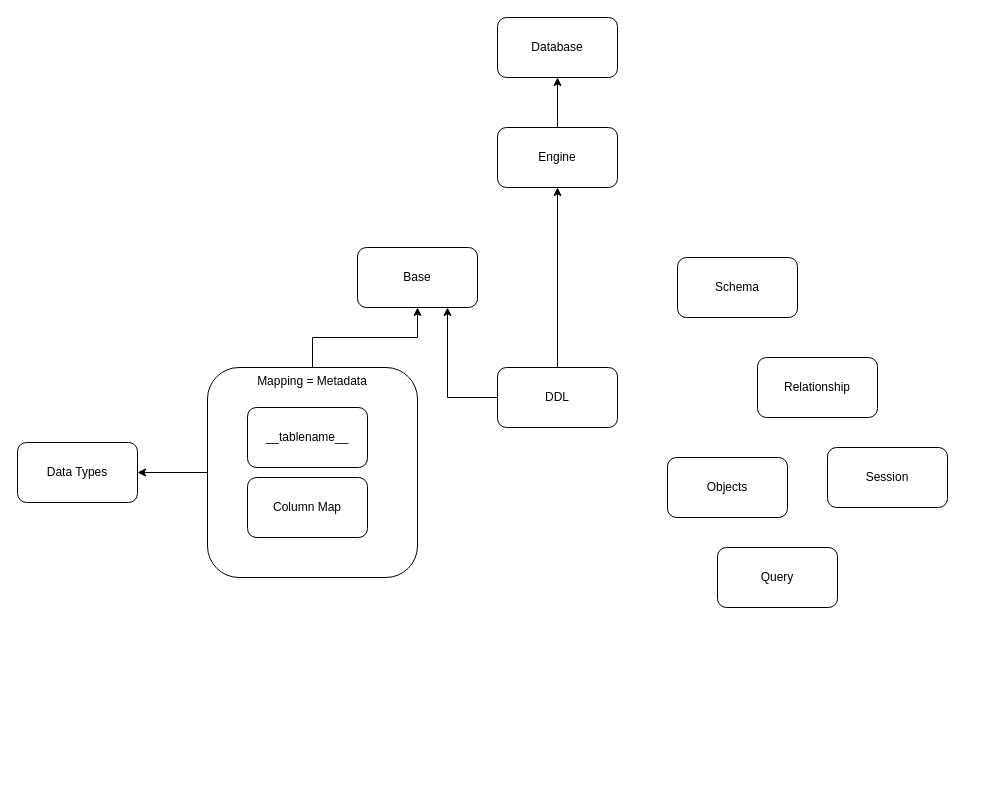
Before: SQLalchemy.drawio in brendonlin/myflowchart, a draw.io diagram. Source tidied: cells renumbered, new cells numbered last; positions are measured from the earlier drawing's top-left corner, leaving out a move shared by most shapes. Both pictures are drawn from the tidied source at 100%, with x=0, y=0 at pixel (17, 17).
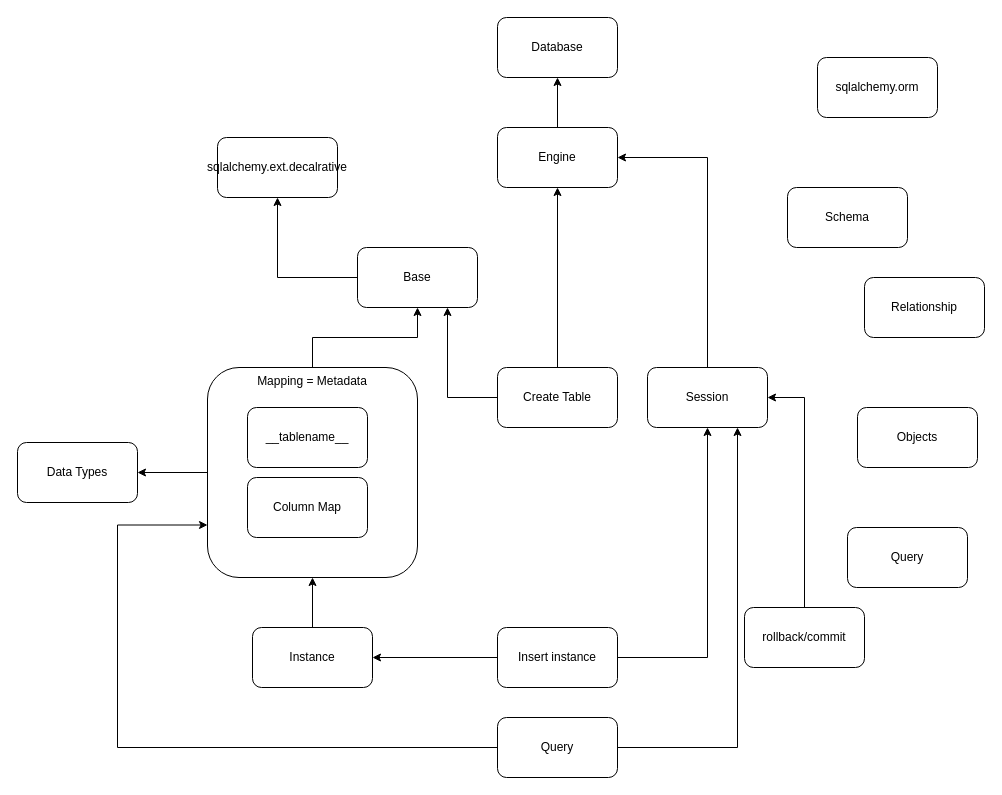
Above is the later version.

The change refers to these unchanged cells:
```xml
<mxCell id="4" value="Mapping = Metadata" style="rounded=1;whiteSpace=wrap;html=1;align=center;verticalAlign=top;" parent="1" vertex="1">
  <mxGeometry x="190" y="350" width="210" height="210" as="geometry" />
</mxCell>
<mxCell id="11" value="Engine" style="rounded=1;whiteSpace=wrap;html=1;" parent="1" vertex="1">
  <mxGeometry x="480" y="110" width="120" height="60" as="geometry" />
</mxCell>
<mxCell id="16" value="Base" style="rounded=1;whiteSpace=wrap;html=1;align=center;" parent="1" vertex="1">
  <mxGeometry x="340" y="230" width="120" height="60" as="geometry" />
</mxCell>
```

What changed in the source:
```diff
@@
     <mxCell id="5" value="Schema" style="rounded=1;whiteSpace=wrap;html=1;" parent="1" vertex="1">
-      <mxGeometry x="660" y="240" width="120" height="60" as="geometry" />
+      <mxGeometry x="770" y="170" width="120" height="60" as="geometry" />
     </mxCell>
+    <mxCell id="20" style="edgeStyle=orthogonalEdgeStyle;rounded=0;jettySize=auto;html=1;entryX=1;entryY=0.5;entryDx=0;entryDy=0;" parent="1" edge="1" source="6" target="11">
+      <mxGeometry relative="1" as="geometry">
+        <Array as="points">
+          <mxPoint x="690" y="140" />
+        </Array>
+      </mxGeometry>
+    </mxCell>
     <mxCell id="6" value="Session" style="rounded=1;whiteSpace=wrap;html=1;" parent="1" vertex="1">
-      <mxGeometry x="810" y="430" width="120" height="60" as="geometry" />
+      <mxGeometry x="630" y="350" width="120" height="60" as="geometry" />
     </mxCell>
     <mxCell id="7" value="Objects" style="rounded=1;whiteSpace=wrap;html=1;" parent="1" vertex="1">
-      <mxGeometry x="650" y="440" width="120" height="60" as="geometry" />
+      <mxGeometry x="840" y="390" width="120" height="60" as="geometry" />
     </mxCell>
     <mxCell id="8" value="Query" style="rounded=1;whiteSpace=wrap;html=1;" parent="1" vertex="1">
-      <mxGeometry x="700" y="530" width="120" height="60" as="geometry" />
+      <mxGeometry x="830" y="510" width="120" height="60" as="geometry" />
     </mxCell>
     <mxCell id="9" value="Relationship" style="rounded=1;whiteSpace=wrap;html=1;" parent="1" vertex="1">
-      <mxGeometry x="740" y="340" width="120" height="60" as="geometry" />
+      <mxGeometry x="847" y="260" width="120" height="60" as="geometry" />
     </mxCell>
@@
+    <mxCell id="21" style="edgeStyle=orthogonalEdgeStyle;rounded=0;jettySize=auto;html=1;" parent="1" edge="1" source="16" target="25">
+      <mxGeometry relative="1" as="geometry" />
+    </mxCell>
@@
-    <mxCell id="19" value="DDL" style="rounded=1;whiteSpace=wrap;html=1;align=center;" parent="1" vertex="1">
+    <mxCell id="19" value="Create Table" style="rounded=1;whiteSpace=wrap;html=1;align=center;" parent="1" vertex="1">
       <mxGeometry x="480" y="350" width="120" height="60" as="geometry" />
     </mxCell>
+    <mxCell id="22" style="edgeStyle=orthogonalEdgeStyle;rounded=0;jettySize=auto;html=1;" parent="1" edge="1" source="23" target="4">
+      <mxGeometry relative="1" as="geometry" />
+    </mxCell>
+    <mxCell id="23" value="Instance" style="rounded=1;whiteSpace=wrap;html=1;align=center;" parent="1" vertex="1">
+      <mxGeometry x="235" y="610" width="120" height="60" as="geometry" />
+    </mxCell>
+    <mxCell id="24" value="sqlalchemy.orm" style="rounded=1;whiteSpace=wrap;html=1;align=center;" parent="1" vertex="1">
+      <mxGeometry x="800" y="40" width="120" height="60" as="geometry" />
+    </mxCell>
+    <mxCell id="25" value="sqlalchemy.ext.decalrative" style="rounded=1;whiteSpace=wrap;html=1;align=center;" parent="1" vertex="1">
+      <mxGeometry x="200" y="120" width="120" height="60" as="geometry" />
+    </mxCell>
+    <mxCell id="26" style="edgeStyle=orthogonalEdgeStyle;rounded=0;jettySize=auto;html=1;" parent="1" edge="1" source="28" target="23">
+      <mxGeometry relative="1" as="geometry" />
+    </mxCell>
+    <mxCell id="27" style="edgeStyle=orthogonalEdgeStyle;rounded=0;jettySize=auto;html=1;" parent="1" edge="1" source="28" target="6">
+      <mxGeometry relative="1" as="geometry" />
+    </mxCell>
+    <mxCell id="28" value="Insert instance" style="rounded=1;whiteSpace=wrap;html=1;align=center;" parent="1" vertex="1">
+      <mxGeometry x="480" y="610" width="120" height="60" as="geometry" />
+    </mxCell>
+    <mxCell id="29" style="edgeStyle=orthogonalEdgeStyle;rounded=0;jettySize=auto;html=1;entryX=1;entryY=0.5;entryDx=0;entryDy=0;" parent="1" edge="1" source="30" target="6">
+      <mxGeometry relative="1" as="geometry" />
+    </mxCell>
+    <mxCell id="30" value="rollback/commit" style="rounded=1;whiteSpace=wrap;html=1;align=center;" parent="1" vertex="1">
+      <mxGeometry x="727" y="590" width="120" height="60" as="geometry" />
+    </mxCell>
+    <mxCell id="31" style="edgeStyle=orthogonalEdgeStyle;rounded=0;jettySize=auto;html=1;entryX=0.75;entryY=1;entryDx=0;entryDy=0;" parent="1" edge="1" source="33" target="6">
+      <mxGeometry relative="1" as="geometry" />
+    </mxCell>
+    <mxCell id="32" style="edgeStyle=orthogonalEdgeStyle;rounded=0;jettySize=auto;html=1;entryX=0;entryY=0.75;entryDx=0;entryDy=0;" parent="1" edge="1" source="33" target="4">
+      <mxGeometry relative="1" as="geometry">
+        <Array as="points">
+          <mxPoint x="100" y="730" />
+          <mxPoint x="100" y="508" />
+        </Array>
+      </mxGeometry>
+    </mxCell>
+    <mxCell id="33" value="Query" style="rounded=1;whiteSpace=wrap;html=1;align=center;" parent="1" vertex="1">
+      <mxGeometry x="480" y="700" width="120" height="60" as="geometry" />
+    </mxCell>
```
